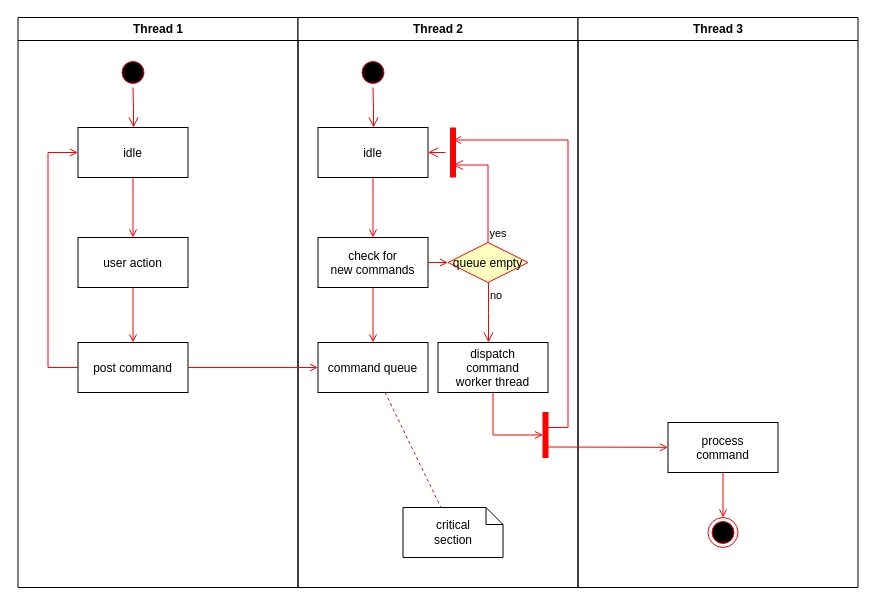
This is 未命名绘图.drawio from MaggieZhao-0711/SimpleBlockChain, a draw.io file, before an edit. Source tidied: cells renumbered, new cells numbered last; positions are measured from the earlier drawing's top-left corner, leaving out a move shared by most shapes. Both pictures are drawn from the tidied source at 100%, with x=0, y=0 at pixel (17, 17).
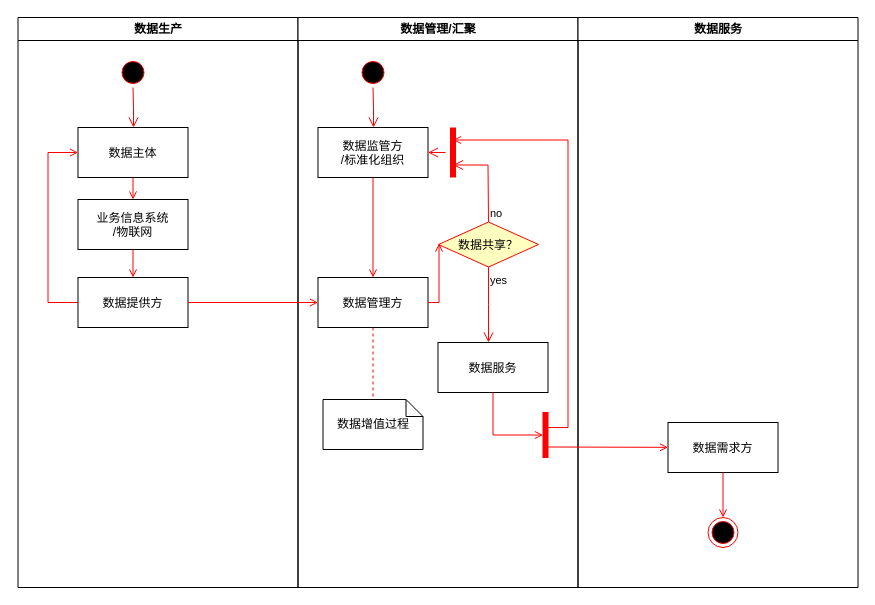
Above is the later version.

Commit message:
数据共享活动图.drawio

Unchanged cells that the change refers to:
```xml
<mxCell id="23" style="shape=line;strokeWidth=6;strokeColor=#ff0000;rotation=90;" parent="11" vertex="1">
  <mxGeometry x="130" y="127.5" width="50" height="15" as="geometry" />
</mxCell>
```

Diff of the diagram source:
```diff
@@
-    <mxCell id="2" value="Thread 1" style="swimlane;whiteSpace=wrap;" parent="1" vertex="1">
+    <mxCell id="2" value="数据生产" style="swimlane;whiteSpace=wrap;" parent="1" vertex="1">
       <mxGeometry x="0.5" width="280" height="570" as="geometry" />
     </mxCell>
@@
-    <mxCell id="5" value="idle" parent="2" vertex="1">
+    <mxCell id="5" value="数据主体" parent="2" vertex="1">
       <mxGeometry x="60" y="110" width="110" height="50" as="geometry" />
     </mxCell>
-    <mxCell id="6" value="user action" parent="2" vertex="1">
-      <mxGeometry x="60" y="220" width="110" height="50" as="geometry" />
+    <mxCell id="6" value="业务信息系统&#10;/物联网" parent="2" vertex="1">
+      <mxGeometry x="60" y="182" width="110" height="50" as="geometry" />
     </mxCell>
@@
-    <mxCell id="8" value="post command" parent="2" vertex="1">
-      <mxGeometry x="60" y="325" width="110" height="50" as="geometry" />
+    <mxCell id="8" value="数据提供方" parent="2" vertex="1">
+      <mxGeometry x="60" y="260" width="110" height="50" as="geometry" />
     </mxCell>
@@
-    <mxCell id="11" value="Thread 2" style="swimlane;whiteSpace=wrap;" parent="1" vertex="1">
+    <mxCell id="11" value="数据管理/汇聚" style="swimlane;whiteSpace=wrap;" parent="1" vertex="1">
       <mxGeometry x="280.5" width="280" height="570" as="geometry" />
     </mxCell>
@@
-    <mxCell id="14" value="idle" parent="11" vertex="1">
+    <mxCell id="14" value="数据监管方&#10;/标准化组织" parent="11" vertex="1">
       <mxGeometry x="20" y="110" width="110" height="50" as="geometry" />
     </mxCell>
-    <mxCell id="15" value="check for &#10;new commands" parent="11" vertex="1">
-      <mxGeometry x="20" y="220" width="110" height="50" as="geometry" />
-    </mxCell>
-    <mxCell id="16" style="endArrow=open;strokeColor=#FF0000;endFill=1;rounded=0;" parent="11" edge="1" source="14" target="15">
+    <mxCell id="16" style="endArrow=open;strokeColor=#FF0000;endFill=1;rounded=0;entryX=0.5;entryY=0;entryDx=0;entryDy=0;" parent="11" edge="1" source="14" target="17">
       <mxGeometry relative="1" as="geometry" />
     </mxCell>
-    <mxCell id="17" value="command queue" parent="11" vertex="1">
-      <mxGeometry x="20" y="325" width="110" height="50" as="geometry" />
+    <mxCell id="17" value="数据管理方" parent="11" vertex="1">
+      <mxGeometry x="20" y="260" width="110" height="50" as="geometry" />
     </mxCell>
-    <mxCell id="18" style="endArrow=open;strokeColor=#FF0000;endFill=1;rounded=0;" parent="11" edge="1" source="15" target="17">
-      <mxGeometry relative="1" as="geometry" />
-    </mxCell>
-    <mxCell id="19" value="queue empty" style="rhombus;fillColor=#ffffc0;strokeColor=#ff0000;" parent="11" vertex="1">
-      <mxGeometry x="150" y="225" width="80" height="40" as="geometry" />
+    <mxCell id="19" value="数据共享？" style="rhombus;fillColor=#ffffc0;strokeColor=#ff0000;" parent="11" vertex="1">
+      <mxGeometry x="140.5" y="204.5" width="100" height="45" as="geometry" />
     </mxCell>
-    <mxCell id="20" value="yes" style="edgeStyle=elbowEdgeStyle;elbow=horizontal;align=left;verticalAlign=bottom;endArrow=open;endSize=8;strokeColor=#FF0000;exitX=0.5;exitY=0;endFill=1;rounded=0;entryX=0.75;entryY=0.5;entryPerimeter=0;" parent="11" edge="1" source="19" target="23">
+    <mxCell id="20" value="no" style="edgeStyle=elbowEdgeStyle;elbow=horizontal;align=left;verticalAlign=bottom;endArrow=open;endSize=8;strokeColor=#FF0000;exitX=0.5;exitY=0;endFill=1;rounded=0;entryX=0.75;entryY=0.5;entryPerimeter=0;" parent="11" edge="1" source="19" target="23">
       <mxGeometry x="-1" relative="1" as="geometry">
         <Array as="points">
           <mxPoint x="190" y="180" />
         </Array>
       </mxGeometry>
     </mxCell>
-    <mxCell id="21" value="no" style="edgeStyle=elbowEdgeStyle;elbow=horizontal;align=left;verticalAlign=top;endArrow=open;endSize=8;strokeColor=#FF0000;endFill=1;rounded=0;" parent="11" edge="1" source="19" target="25">
+    <mxCell id="21" value="yes" style="edgeStyle=elbowEdgeStyle;elbow=horizontal;align=left;verticalAlign=top;endArrow=open;endSize=8;strokeColor=#FF0000;endFill=1;rounded=0;" parent="11" edge="1" source="19" target="25">
       <mxGeometry x="-1" relative="1" as="geometry" />
     </mxCell>
-    <mxCell id="22" style="endArrow=open;strokeColor=#FF0000;endFill=1;rounded=0;" parent="11" edge="1" source="15" target="19">
-      <mxGeometry relative="1" as="geometry" />
-    </mxCell>
@@
-    <mxCell id="25" value="dispatch&#10;command&#10;worker thread" parent="11" vertex="1">
+    <mxCell id="25" value="数据服务" parent="11" vertex="1">
       <mxGeometry x="140" y="325" width="110" height="50" as="geometry" />
     </mxCell>
-    <mxCell id="26" value="critical&#10;section" style="shape=note;whiteSpace=wrap;size=17;" parent="11" vertex="1">
-      <mxGeometry x="105" y="490" width="100" height="50" as="geometry" />
+    <mxCell id="26" value="数据增值过程" style="shape=note;whiteSpace=wrap;size=17;" parent="11" vertex="1">
+      <mxGeometry x="25" y="382" width="100" height="50" as="geometry" />
     </mxCell>
@@
+    <mxCell id="37" style="edgeStyle=elbowEdgeStyle;elbow=horizontal;strokeColor=#FF0000;endArrow=open;endFill=1;rounded=0;exitX=1;exitY=0.5;exitDx=0;exitDy=0;" parent="11" edge="1" source="17">
+      <mxGeometry relative="1" as="geometry">
+        <mxPoint x="140.5" y="226" as="targetPoint" />
+        <Array as="points">
+          <mxPoint x="141" y="262" />
+        </Array>
+      </mxGeometry>
+    </mxCell>
-    <mxCell id="30" value="Thread 3" style="swimlane;whiteSpace=wrap;" parent="1" vertex="1">
+    <mxCell id="30" value="数据服务" style="swimlane;whiteSpace=wrap;" parent="1" vertex="1">
       <mxGeometry x="560.5" width="280" height="570" as="geometry" />
     </mxCell>
-    <mxCell id="31" value="process&#10;command" parent="30" vertex="1">
+    <mxCell id="31" value="数据需求方" parent="30" vertex="1">
       <mxGeometry x="90" y="405" width="110" height="50" as="geometry" />
     </mxCell>
```
